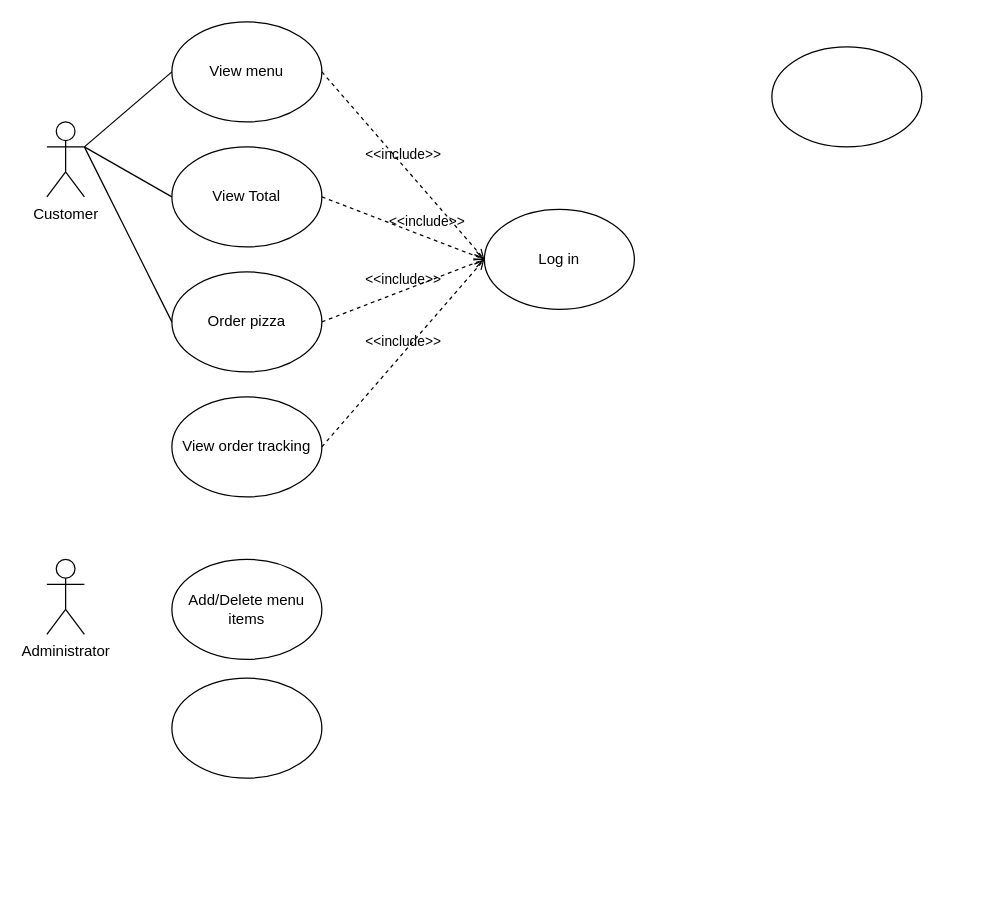
Before: Untitled Diagram.drawio in stiastr/myfirstrepo, a draw.io diagram. Source tidied: cells renumbered, new cells numbered last; positions are measured from the earlier drawing's top-left corner, leaving out a move shared by most shapes. Both pictures are drawn from the tidied source at 125%, with x=0, y=0 at pixel (46, 21).
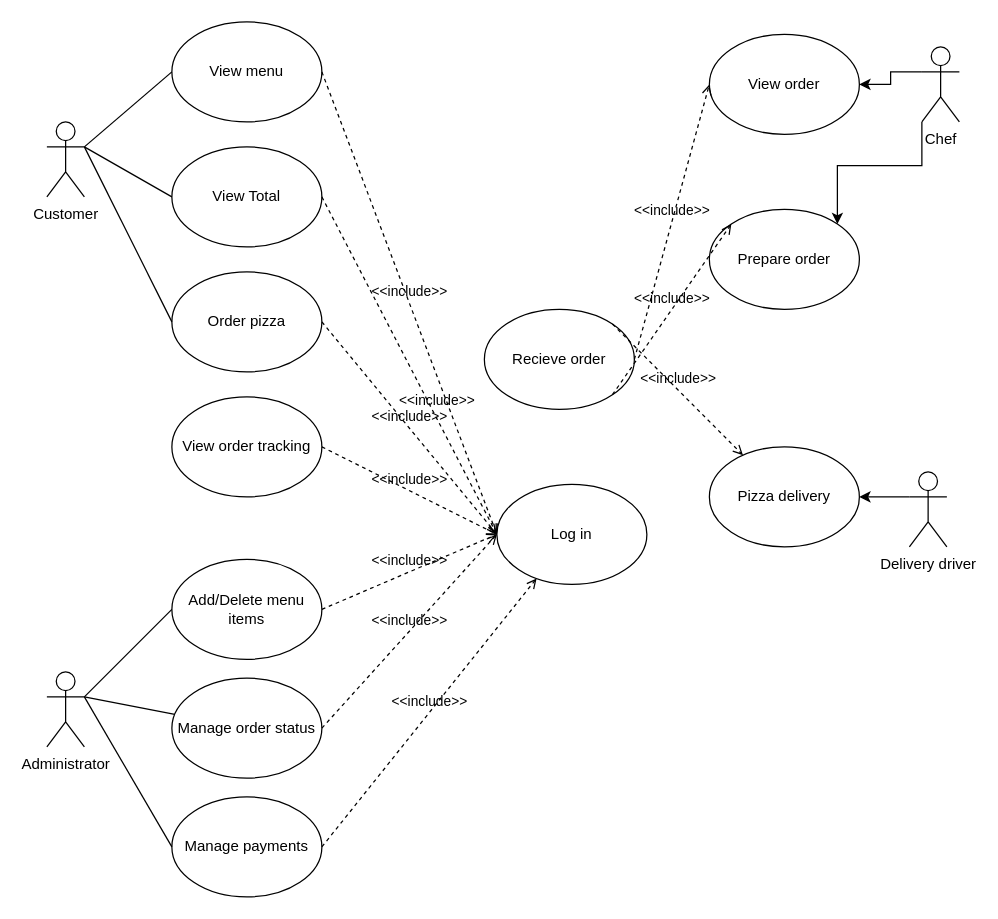
After the change.

The change refers to these unchanged cells:
```xml
<mxCell id="17" value="Add/Delete menu items" style="ellipse;whiteSpace=wrap;html=1;" parent="1" vertex="1">
  <mxGeometry x="100" y="430" width="120" height="80" as="geometry" />
</mxCell>
```

Change to the diagram source:
```diff
@@
-    <mxCell id="6" style="ellipse;whiteSpace=wrap;html=1;" parent="1" vertex="1">
-      <mxGeometry x="580" y="20" width="120" height="80" as="geometry" />
+    <mxCell id="6" value="View order" style="ellipse;whiteSpace=wrap;html=1;" parent="1" vertex="1">
+      <mxGeometry x="530" y="10" width="120" height="80" as="geometry" />
     </mxCell>
@@
     <mxCell id="8" value="Log in" style="ellipse;whiteSpace=wrap;html=1;" parent="1" vertex="1">
-      <mxGeometry x="350" y="150" width="120" height="80" as="geometry" />
+      <mxGeometry x="360" y="370" width="120" height="80" as="geometry" />
     </mxCell>
@@
     <mxCell id="16" value="Administrator" style="shape=umlActor;html=1;verticalLabelPosition=bottom;verticalAlign=top;align=center;" parent="1" vertex="1">
-      <mxGeometry y="430" width="30" height="60" as="geometry" />
+      <mxGeometry y="520" width="30" height="60" as="geometry" />
     </mxCell>
@@
-    <mxCell id="18" style="ellipse;whiteSpace=wrap;html=1;" parent="1" vertex="1">
+    <mxCell id="18" value="Manage order status" style="ellipse;whiteSpace=wrap;html=1;" parent="1" vertex="1">
       <mxGeometry x="100" y="525" width="120" height="80" as="geometry" />
     </mxCell>
+    <mxCell id="19" value="Manage payments" style="ellipse;whiteSpace=wrap;html=1;" parent="1" vertex="1">
+      <mxGeometry x="100" y="620" width="120" height="80" as="geometry" />
+    </mxCell>
+    <mxCell id="20" value="&amp;lt;&amp;lt;include&amp;gt;&amp;gt;" style="edgeStyle=none;html=1;endArrow=open;verticalAlign=bottom;dashed=1;labelBackgroundColor=none;rounded=0;exitX=1;exitY=0.5;exitDx=0;exitDy=0;" parent="1" edge="1" source="17">
+      <mxGeometry relative="1" as="geometry">
+        <mxPoint x="360" y="410" as="targetPoint" />
+      </mxGeometry>
+    </mxCell>
+    <mxCell id="21" value="&amp;lt;&amp;lt;include&amp;gt;&amp;gt;" style="edgeStyle=none;html=1;endArrow=open;verticalAlign=bottom;dashed=1;labelBackgroundColor=none;rounded=0;exitX=1;exitY=0.5;exitDx=0;exitDy=0;entryX=0;entryY=0.5;entryDx=0;entryDy=0;" parent="1" edge="1" source="18" target="8">
+      <mxGeometry relative="1" as="geometry" />
+    </mxCell>
+    <mxCell id="22" value="&amp;lt;&amp;lt;include&amp;gt;&amp;gt;" style="edgeStyle=none;html=1;endArrow=open;verticalAlign=bottom;dashed=1;labelBackgroundColor=none;rounded=0;exitX=1;exitY=0.5;exitDx=0;exitDy=0;" parent="1" edge="1" source="19" target="8">
+      <mxGeometry relative="1" as="geometry" />
+    </mxCell>
+    <mxCell id="23" style="edgeStyle=orthogonalEdgeStyle;rounded=0;jettySize=auto;html=1;exitX=0;exitY=0.3333333333333333;exitDx=0;exitDy=0;exitPerimeter=0;" parent="1" edge="1" source="25" target="6">
+      <mxGeometry relative="1" as="geometry" />
+    </mxCell>
+    <mxCell id="24" style="edgeStyle=orthogonalEdgeStyle;rounded=0;jettySize=auto;html=1;exitX=0;exitY=1;exitDx=0;exitDy=0;exitPerimeter=0;entryX=1;entryY=0;entryDx=0;entryDy=0;" parent="1" edge="1" source="25" target="27">
+      <mxGeometry relative="1" as="geometry" />
+    </mxCell>
+    <mxCell id="25" value="Chef" style="shape=umlActor;html=1;verticalLabelPosition=bottom;verticalAlign=top;align=center;" parent="1" vertex="1">
+      <mxGeometry x="700" y="20" width="30" height="60" as="geometry" />
+    </mxCell>
+    <mxCell id="26" value="Recieve order" style="ellipse;whiteSpace=wrap;html=1;" parent="1" vertex="1">
+      <mxGeometry x="350" y="230" width="120" height="80" as="geometry" />
+    </mxCell>
+    <mxCell id="27" value="Prepare order" style="ellipse;whiteSpace=wrap;html=1;" parent="1" vertex="1">
+      <mxGeometry x="530" y="150" width="120" height="80" as="geometry" />
+    </mxCell>
+    <mxCell id="28" value="&amp;lt;&amp;lt;include&amp;gt;&amp;gt;" style="edgeStyle=none;html=1;endArrow=open;verticalAlign=bottom;dashed=1;labelBackgroundColor=none;rounded=0;exitX=1;exitY=0.5;exitDx=0;exitDy=0;entryX=0;entryY=0.5;entryDx=0;entryDy=0;" parent="1" edge="1" source="26" target="6">
+      <mxGeometry relative="1" as="geometry" />
+    </mxCell>
+    <mxCell id="29" value="&amp;lt;&amp;lt;include&amp;gt;&amp;gt;" style="edgeStyle=none;html=1;endArrow=open;verticalAlign=bottom;dashed=1;labelBackgroundColor=none;rounded=0;exitX=1;exitY=1;exitDx=0;exitDy=0;entryX=0;entryY=0;entryDx=0;entryDy=0;" parent="1" edge="1" source="26" target="27">
+      <mxGeometry relative="1" as="geometry" />
+    </mxCell>
+    <mxCell id="30" style="edgeStyle=none;html=1;endArrow=none;verticalAlign=bottom;rounded=0;exitX=1;exitY=0.3333333333333333;exitDx=0;exitDy=0;exitPerimeter=0;entryX=0;entryY=0.5;entryDx=0;entryDy=0;" parent="1" edge="1" source="16" target="17">
+      <mxGeometry relative="1" as="geometry" />
+    </mxCell>
+    <mxCell id="31" style="edgeStyle=none;html=1;endArrow=none;verticalAlign=bottom;rounded=0;exitX=1;exitY=0.3333333333333333;exitDx=0;exitDy=0;exitPerimeter=0;" parent="1" edge="1" source="16" target="18">
+      <mxGeometry relative="1" as="geometry" />
+    </mxCell>
+    <mxCell id="32" style="edgeStyle=none;html=1;endArrow=none;verticalAlign=bottom;rounded=0;exitX=1;exitY=0.3333333333333333;exitDx=0;exitDy=0;exitPerimeter=0;entryX=0;entryY=0.5;entryDx=0;entryDy=0;" parent="1" edge="1" source="16" target="19">
+      <mxGeometry relative="1" as="geometry" />
+    </mxCell>
+    <mxCell id="33" style="edgeStyle=orthogonalEdgeStyle;rounded=0;jettySize=auto;html=1;exitX=0;exitY=0.3333333333333333;exitDx=0;exitDy=0;exitPerimeter=0;" parent="1" edge="1" source="34" target="35">
+      <mxGeometry relative="1" as="geometry" />
+    </mxCell>
+    <mxCell id="34" value="Delivery driver" style="shape=umlActor;html=1;verticalLabelPosition=bottom;verticalAlign=top;align=center;" parent="1" vertex="1">
+      <mxGeometry x="690" y="360" width="30" height="60" as="geometry" />
+    </mxCell>
+    <mxCell id="35" value="Pizza delivery" style="ellipse;whiteSpace=wrap;html=1;" parent="1" vertex="1">
+      <mxGeometry x="530" y="340" width="120" height="80" as="geometry" />
+    </mxCell>
+    <mxCell id="36" value="&amp;lt;&amp;lt;include&amp;gt;&amp;gt;" style="edgeStyle=none;html=1;endArrow=open;verticalAlign=bottom;dashed=1;labelBackgroundColor=none;rounded=0;exitX=1;exitY=0;exitDx=0;exitDy=0;" parent="1" edge="1" source="26" target="35">
+      <mxGeometry relative="1" as="geometry" />
+    </mxCell>
```
